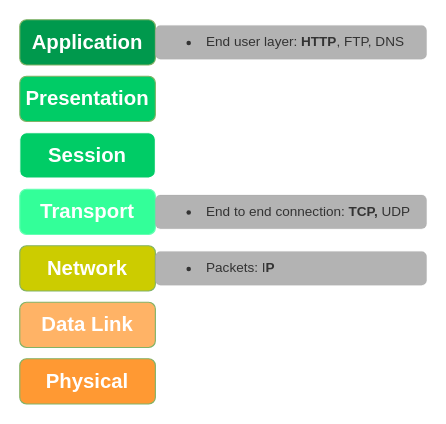
Before: osi_model.drawio in baoqger/drawing.io, a draw.io diagram. Source tidied: cells renumbered, new cells numbered last; positions are measured from the earlier drawing's top-left corner, leaving out a move shared by most shapes. Both pictures are drawn from the tidied source at 113%, with x=0, y=0 at pixel (19, 19).
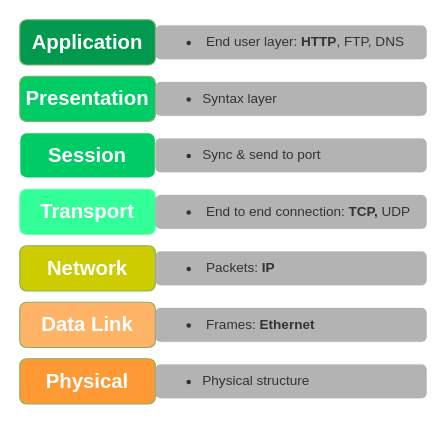
Above is the later version.

Change to the diagram source:
```diff
@@
 <mxGraphModel>
   <root>
     <mxCell id="0" />
     <mxCell id="1" parent="0" />
     <mxCell id="2" value="Application" style="rounded=1;whiteSpace=wrap;html=1;fontSize=18;fontStyle=1;strokeColor=#82b366;fontColor=#FFFFFF;fillColor=#00994D;" parent="1" vertex="1">
       <mxGeometry width="120" height="40" as="geometry" />
     </mxCell>
     <mxCell id="3" value="Presentation" style="rounded=1;whiteSpace=wrap;html=1;fontSize=18;fontStyle=1;strokeColor=#82b366;fontColor=#FFFFFF;fillColor=#00CC66;" parent="1" vertex="1">
       <mxGeometry y="50" width="120" height="40" as="geometry" />
     </mxCell>
     <mxCell id="4" value="Session" style="rounded=1;whiteSpace=wrap;html=1;fontSize=18;fontStyle=1;fontColor=#FFFFFF;strokeColor=#FFFFFF;fillColor=#00CC66;" parent="1" vertex="1">
       <mxGeometry y="100" width="120" height="40" as="geometry" />
     </mxCell>
     <mxCell id="5" value="Transport" style="rounded=1;whiteSpace=wrap;html=1;fontSize=18;fontStyle=1;fontColor=#FFFFFF;strokeColor=#66FFB3;fillColor=#33FF99;" parent="1" vertex="1">
       <mxGeometry y="150" width="120" height="40" as="geometry" />
     </mxCell>
     <mxCell id="6" value="Network" style="rounded=1;whiteSpace=wrap;html=1;fontSize=18;fontStyle=1;strokeColor=#82b366;fontColor=#FFFFFF;fillColor=#CCCC00;" parent="1" vertex="1">
       <mxGeometry y="200" width="120" height="40" as="geometry" />
     </mxCell>
     <mxCell id="7" value="Data Link" style="rounded=1;whiteSpace=wrap;html=1;fontSize=18;fontStyle=1;strokeColor=#82b366;fontColor=#FFFFFF;fillColor=#FFB366;" parent="1" vertex="1">
       <mxGeometry y="250" width="120" height="40" as="geometry" />
     </mxCell>
     <mxCell id="8" value="Physical" style="rounded=1;whiteSpace=wrap;html=1;fontSize=18;fontStyle=1;strokeColor=#82b366;fontColor=#FFFFFF;fillColor=#FF9933;" parent="1" vertex="1">
       <mxGeometry y="300" width="120" height="40" as="geometry" />
     </mxCell>
     <mxCell id="9" value="&lt;ul&gt;&lt;li&gt;&amp;nbsp;End user layer: &lt;b&gt;HTTP&lt;/b&gt;, FTP, DNS&lt;/li&gt;&lt;/ul&gt;" style="rounded=1;whiteSpace=wrap;html=1;fontSize=12;fontColor=#333333;strokeColor=#666666;strokeWidth=0;verticalAlign=middle;align=left;fillColor=#B3B3B3;" parent="1" vertex="1">
       <mxGeometry x="120" y="5" width="240" height="30" as="geometry" />
     </mxCell>
     <mxCell id="10" value="&lt;ul&gt;&lt;li&gt;&amp;nbsp;End to end connection: &lt;b&gt;TCP, &lt;/b&gt;UDP&lt;/li&gt;&lt;/ul&gt;" style="rounded=1;whiteSpace=wrap;html=1;fontSize=12;fontColor=#333333;strokeColor=#666666;strokeWidth=0;verticalAlign=middle;align=left;fillColor=#B3B3B3;" parent="1" vertex="1">
       <mxGeometry x="120" y="155" width="240" height="30" as="geometry" />
     </mxCell>
-    <mxCell id="11" value="&lt;ul&gt;&lt;li&gt;&amp;nbsp;Packets: I&lt;b&gt;P&lt;/b&gt;&lt;/li&gt;&lt;/ul&gt;" style="rounded=1;whiteSpace=wrap;html=1;fontSize=12;fontColor=#333333;strokeColor=#666666;strokeWidth=0;verticalAlign=middle;align=left;fillColor=#B3B3B3;" parent="1" vertex="1">
+    <mxCell id="11" value="&lt;ul&gt;&lt;li&gt;&amp;nbsp;Packets: &lt;b&gt;IP&lt;/b&gt;&lt;/li&gt;&lt;/ul&gt;" style="rounded=1;whiteSpace=wrap;html=1;fontSize=12;fontColor=#333333;strokeColor=#666666;strokeWidth=0;verticalAlign=middle;align=left;fillColor=#B3B3B3;" parent="1" vertex="1">
       <mxGeometry x="120" y="205" width="240" height="30" as="geometry" />
     </mxCell>
+    <mxCell id="12" value="&lt;ul&gt;&lt;li&gt;Syntax layer&lt;/li&gt;&lt;/ul&gt;" style="rounded=1;whiteSpace=wrap;html=1;fontSize=12;fontColor=#333333;strokeColor=#666666;strokeWidth=0;verticalAlign=middle;align=left;fillColor=#B3B3B3;" parent="1" vertex="1">
+      <mxGeometry x="120" y="55" width="240" height="30" as="geometry" />
+    </mxCell>
+    <mxCell id="13" value="&lt;ul&gt;&lt;li&gt;Sync &amp;amp; send to port&lt;/li&gt;&lt;/ul&gt;" style="rounded=1;whiteSpace=wrap;html=1;fontSize=12;fontColor=#333333;strokeColor=#666666;strokeWidth=0;verticalAlign=middle;align=left;fillColor=#B3B3B3;" parent="1" vertex="1">
+      <mxGeometry x="120" y="105" width="240" height="30" as="geometry" />
+    </mxCell>
+    <mxCell id="14" value="&lt;ul&gt;&lt;li&gt;&amp;nbsp;Frames: &lt;b&gt;Ethernet&lt;/b&gt;&lt;/li&gt;&lt;/ul&gt;" style="rounded=1;whiteSpace=wrap;html=1;fontSize=12;fontColor=#333333;strokeColor=#666666;strokeWidth=0;verticalAlign=middle;align=left;fillColor=#B3B3B3;" parent="1" vertex="1">
+      <mxGeometry x="120" y="255" width="240" height="30" as="geometry" />
+    </mxCell>
+    <mxCell id="15" value="&lt;ul&gt;&lt;li&gt;Physical structure&lt;/li&gt;&lt;/ul&gt;" style="rounded=1;whiteSpace=wrap;html=1;fontSize=12;fontColor=#333333;strokeColor=#666666;strokeWidth=0;verticalAlign=middle;align=left;fillColor=#B3B3B3;" parent="1" vertex="1">
+      <mxGeometry x="120" y="305" width="240" height="30" as="geometry" />
+    </mxCell>
   </root>
 </mxGraphModel>
```
